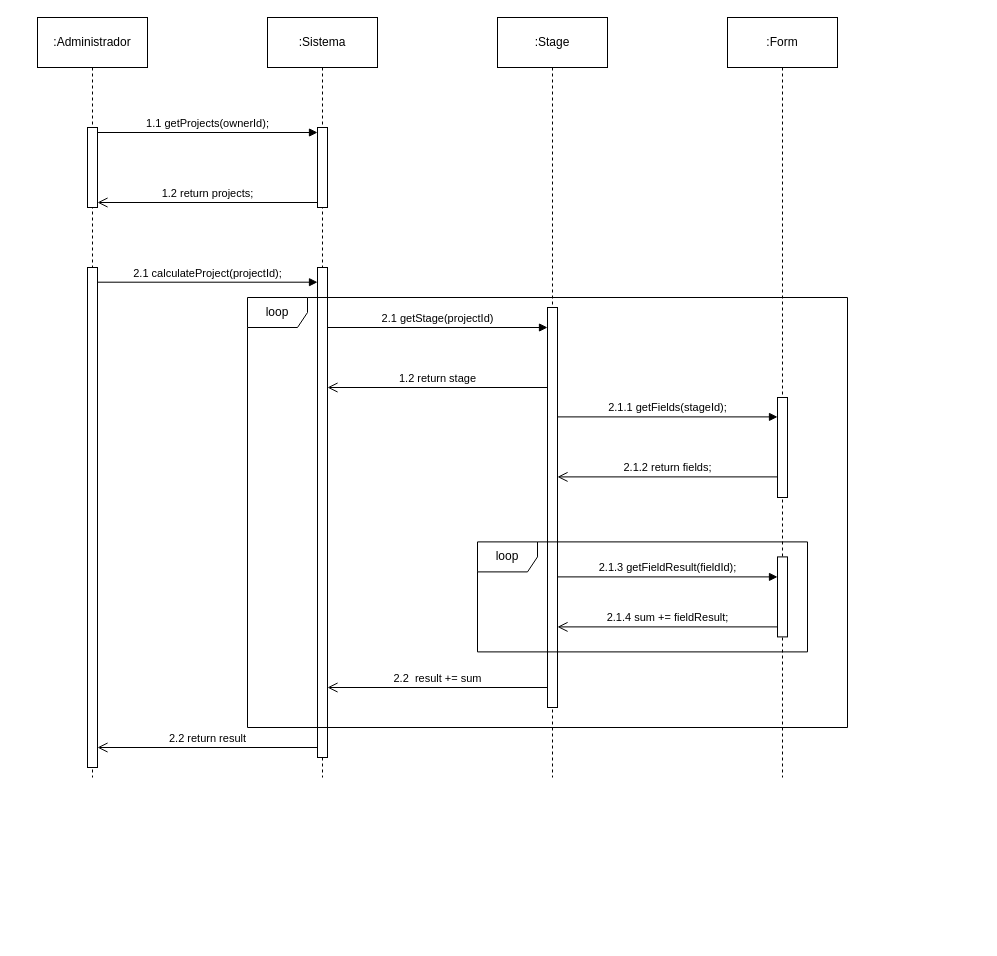
Earlier version of the draw.io diagram Trabalho final/5 - DSS/6 - Calcular resultados.drawio (ViniciusKurek/CalculadoraAPS). Source tidied: cells renumbered, new cells numbered last; positions are measured from the earlier drawing's top-left corner, leaving out a move shared by most shapes. Both pictures are drawn from the tidied source at 100%, with x=0, y=0 at pixel (37, 17).
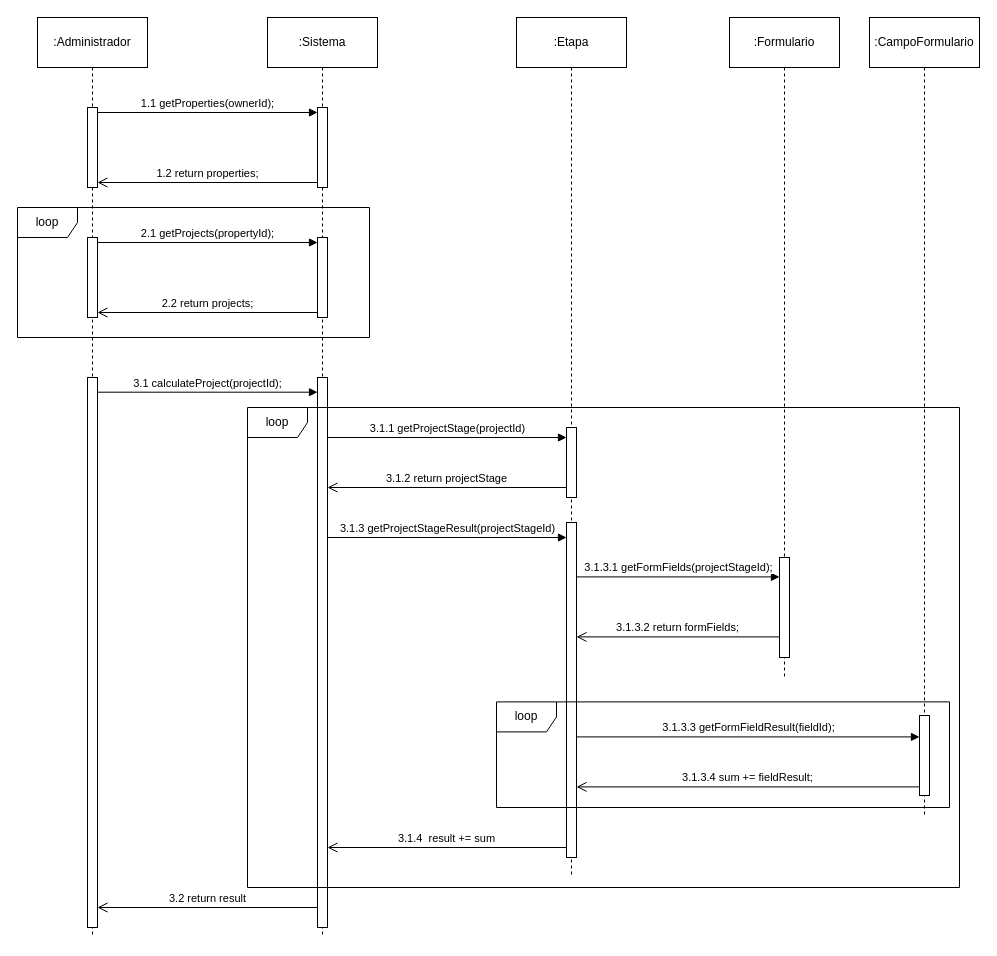
After the change.

Unchanged cells that the change refers to:
```xml
<mxCell id="3" value=":Administrador" style="html=1;whiteSpace=wrap;" parent="1" vertex="1">
  <mxGeometry width="110" height="50" as="geometry" />
</mxCell>
<mxCell id="5" value=":Sistema" style="html=1;whiteSpace=wrap;" parent="1" vertex="1">
  <mxGeometry x="230" width="110" height="50" as="geometry" />
</mxCell>
```

The edit, as a diff of the source:
```diff
@@
     <mxCell id="2" style="edgeStyle=orthogonalEdgeStyle;rounded=0;jettySize=auto;html=1;endArrow=none;endFill=0;dashed=1;exitX=0.5;exitY=1;exitDx=0;exitDy=0;" parent="1" edge="1" source="3">
       <mxGeometry relative="1" as="geometry">
-        <mxPoint x="55" y="760" as="targetPoint" />
+        <mxPoint x="55" y="920" as="targetPoint" />
       </mxGeometry>
     </mxCell>
@@
     <mxCell id="4" style="edgeStyle=orthogonalEdgeStyle;rounded=0;jettySize=auto;html=1;dashed=1;endArrow=none;endFill=0;" parent="1" edge="1" source="5">
       <mxGeometry relative="1" as="geometry">
-        <mxPoint x="285" y="760" as="targetPoint" />
+        <mxPoint x="285" y="920" as="targetPoint" />
       </mxGeometry>
     </mxCell>
@@
     <mxCell id="6" style="html=1;points=[[0,0,0,0,5],[0,1,0,0,-5],[1,0,0,0,5],[1,1,0,0,-5]];perimeter=orthogonalPerimeter;outlineConnect=0;targetShapes=umlLifeline;portConstraint=eastwest;newEdgeStyle={&quot;curved&quot;:0,&quot;rounded&quot;:0};" parent="1" vertex="1">
-      <mxGeometry x="280" y="110" width="10" height="80" as="geometry" />
+      <mxGeometry x="280" y="220" width="10" height="80" as="geometry" />
     </mxCell>
-    <mxCell id="7" value="1.1 getProjects(ownerId);" style="html=1;verticalAlign=bottom;endArrow=block;curved=0;rounded=0;entryX=0;entryY=0;entryDx=0;entryDy=5;exitX=1;exitY=0;exitDx=0;exitDy=5;exitPerimeter=0;" parent="1" edge="1" source="9" target="6">
+    <mxCell id="7" value="2.1 getProjects(propertyId);" style="html=1;verticalAlign=bottom;endArrow=block;curved=0;rounded=0;entryX=0;entryY=0;entryDx=0;entryDy=5;exitX=1;exitY=0;exitDx=0;exitDy=5;exitPerimeter=0;" parent="1" edge="1" source="9" target="6">
       <mxGeometry relative="1" as="geometry" />
     </mxCell>
-    <mxCell id="8" value="1.2 return projects;" style="html=1;verticalAlign=bottom;endArrow=open;endSize=8;curved=0;rounded=0;exitX=0;exitY=1;exitDx=0;exitDy=-5;entryX=1;entryY=1;entryDx=0;entryDy=-5;entryPerimeter=0;" parent="1" edge="1" source="6" target="9">
+    <mxCell id="8" value="2.2 return projects;" style="html=1;verticalAlign=bottom;endArrow=open;endSize=8;curved=0;rounded=0;exitX=0;exitY=1;exitDx=0;exitDy=-5;entryX=1;entryY=1;entryDx=0;entryDy=-5;entryPerimeter=0;" parent="1" edge="1" source="6" target="9">
       <mxGeometry relative="1" as="geometry" />
     </mxCell>
     <mxCell id="9" style="html=1;points=[[0,0,0,0,5],[0,1,0,0,-5],[1,0,0,0,5],[1,1,0,0,-5]];perimeter=orthogonalPerimeter;outlineConnect=0;targetShapes=umlLifeline;portConstraint=eastwest;newEdgeStyle={&quot;curved&quot;:0,&quot;rounded&quot;:0};" parent="1" vertex="1">
-      <mxGeometry x="50" y="110" width="10" height="80" as="geometry" />
+      <mxGeometry x="50" y="220" width="10" height="80" as="geometry" />
     </mxCell>
     <mxCell id="10" style="html=1;perimeter=orthogonalPerimeter;targetShapes=umlLifeline;newEdgeStyle={&quot;curved&quot;:0,&quot;rounded&quot;:0};" parent="1" vertex="1">
-      <mxGeometry x="280" y="250" width="10" height="490" as="geometry" />
+      <mxGeometry x="280" y="360" width="10" height="550" as="geometry" />
     </mxCell>
-    <mxCell id="11" value="2.1 calculateProject(projectId);" style="html=1;verticalAlign=bottom;endArrow=block;curved=0;rounded=0;entryX=0;entryY=0;entryDx=0;entryDy=5;exitX=1;exitY=0;exitDx=0;exitDy=5;exitPerimeter=0;" parent="1" edge="1">
+    <mxCell id="11" value="3.1 calculateProject(projectId);" style="html=1;verticalAlign=bottom;endArrow=block;curved=0;rounded=0;entryX=0;entryY=0;entryDx=0;entryDy=5;exitX=1;exitY=0;exitDx=0;exitDy=5;exitPerimeter=0;" parent="1" edge="1">
       <mxGeometry relative="1" as="geometry">
-        <mxPoint x="60" y="264.7" as="sourcePoint" />
-        <mxPoint x="280" y="264.7" as="targetPoint" />
+        <mxPoint x="60" y="374.7" as="sourcePoint" />
+        <mxPoint x="280" y="374.7" as="targetPoint" />
       </mxGeometry>
     </mxCell>
     <mxCell id="12" style="html=1;perimeter=orthogonalPerimeter;targetShapes=umlLifeline;newEdgeStyle={&quot;curved&quot;:0,&quot;rounded&quot;:0};" parent="1" vertex="1">
-      <mxGeometry x="50" y="250" width="10" height="500" as="geometry" />
+      <mxGeometry x="50" y="360" width="10" height="550" as="geometry" />
     </mxCell>
     <mxCell id="13" style="edgeStyle=orthogonalEdgeStyle;rounded=0;jettySize=auto;html=1;endArrow=none;endFill=0;dashed=1;exitX=0.5;exitY=1;exitDx=0;exitDy=0;" parent="1" edge="1" source="14">
       <mxGeometry relative="1" as="geometry">
-        <mxPoint x="745" y="760" as="targetPoint" />
+        <mxPoint x="747" y="660" as="targetPoint" />
       </mxGeometry>
     </mxCell>
-    <mxCell id="14" value=":Form" style="html=1;whiteSpace=wrap;" parent="1" vertex="1">
-      <mxGeometry x="690" width="110" height="50" as="geometry" />
+    <mxCell id="14" value=":Formulario" style="html=1;whiteSpace=wrap;" parent="1" vertex="1">
+      <mxGeometry x="692" width="110" height="50" as="geometry" />
     </mxCell>
     <mxCell id="15" style="html=1;points=[[0,0,0,0,5],[0,1,0,0,-5],[1,0,0,0,5],[1,1,0,0,-5]];perimeter=orthogonalPerimeter;outlineConnect=0;targetShapes=umlLifeline;portConstraint=eastwest;newEdgeStyle={&quot;curved&quot;:0,&quot;rounded&quot;:0};" parent="1" vertex="1">
-      <mxGeometry x="740" y="380" width="10" height="100" as="geometry" />
+      <mxGeometry x="742" y="540" width="10" height="100" as="geometry" />
     </mxCell>
-    <mxCell id="16" value="2.1.1 getFields(stageId);" style="html=1;verticalAlign=bottom;endArrow=block;curved=0;rounded=0;entryX=0;entryY=0;entryDx=0;entryDy=5;exitX=1;exitY=0;exitDx=0;exitDy=5;exitPerimeter=0;" parent="1" edge="1">
+    <mxCell id="16" value="3.1.3.1 getFormFields(projectStageId);" style="html=1;verticalAlign=bottom;endArrow=block;curved=0;rounded=0;exitX=1;exitY=0;exitDx=0;exitDy=5;exitPerimeter=0;" parent="1" edge="1" target="15">
       <mxGeometry relative="1" as="geometry">
-        <mxPoint x="520" y="399.4" as="sourcePoint" />
-        <mxPoint x="740" y="399.4" as="targetPoint" />
+        <mxPoint x="539" y="559.4" as="sourcePoint" />
       </mxGeometry>
     </mxCell>
-    <mxCell id="17" value="2.1.2 return fields;" style="html=1;verticalAlign=bottom;endArrow=open;endSize=8;curved=0;rounded=0;exitX=0;exitY=1;exitDx=0;exitDy=-5;entryX=1;entryY=1;entryDx=0;entryDy=-5;entryPerimeter=0;" parent="1" edge="1">
+    <mxCell id="17" value="3.1.3.2 return formFields;" style="html=1;verticalAlign=bottom;endArrow=open;endSize=8;curved=0;rounded=0;entryX=1;entryY=1;entryDx=0;entryDy=-5;entryPerimeter=0;" parent="1" edge="1" source="15">
       <mxGeometry relative="1" as="geometry">
-        <mxPoint x="740" y="459.4" as="sourcePoint" />
-        <mxPoint x="520" y="459.4" as="targetPoint" />
+        <mxPoint x="539" y="619.4" as="targetPoint" />
       </mxGeometry>
     </mxCell>
-    <mxCell id="18" style="html=1;perimeter=orthogonalPerimeter;targetShapes=umlLifeline;newEdgeStyle={&quot;curved&quot;:0,&quot;rounded&quot;:0};" parent="1" vertex="1">
-      <mxGeometry x="740" y="539.4" width="10" height="80" as="geometry" />
-    </mxCell>
-    <mxCell id="19" value="2.1.3 getFieldResult(fieldId);" style="html=1;verticalAlign=bottom;endArrow=block;curved=0;rounded=0;entryX=0;entryY=0;entryDx=0;entryDy=5;exitX=1;exitY=0;exitDx=0;exitDy=5;exitPerimeter=0;" parent="1" edge="1">
+    <mxCell id="19" value="3.1.3.3 getFormFieldResult(fieldId);" style="html=1;verticalAlign=bottom;endArrow=block;curved=0;rounded=0;exitX=1;exitY=0;exitDx=0;exitDy=5;exitPerimeter=0;" parent="1" edge="1" target="39">
       <mxGeometry relative="1" as="geometry">
-        <mxPoint x="520" y="559.4" as="sourcePoint" />
-        <mxPoint x="740" y="559.4" as="targetPoint" />
+        <mxPoint x="539" y="719.4" as="sourcePoint" />
       </mxGeometry>
     </mxCell>
-    <mxCell id="20" value="2.1.4 sum += fieldResult;" style="html=1;verticalAlign=bottom;endArrow=open;endSize=8;curved=0;rounded=0;exitX=0;exitY=1;exitDx=0;exitDy=-5;entryX=1;entryY=1;entryDx=0;entryDy=-5;entryPerimeter=0;" parent="1" edge="1">
+    <mxCell id="20" value="3.1.3.4 sum += fieldResult;" style="html=1;verticalAlign=bottom;endArrow=open;endSize=8;curved=0;rounded=0;entryX=1;entryY=1;entryDx=0;entryDy=-5;entryPerimeter=0;" parent="1" edge="1" source="39">
       <mxGeometry relative="1" as="geometry">
-        <mxPoint x="740" y="609.4" as="sourcePoint" />
-        <mxPoint x="520" y="609.4" as="targetPoint" />
+        <mxPoint x="539" y="769.4" as="targetPoint" />
       </mxGeometry>
     </mxCell>
-    <mxCell id="21" value="2.2&amp;nbsp; result += sum" style="html=1;verticalAlign=bottom;endArrow=open;endSize=8;curved=0;rounded=0;exitX=0;exitY=1;exitDx=0;exitDy=-5;entryX=1;entryY=1;entryDx=0;entryDy=-5;entryPerimeter=0;" parent="1" edge="1">
+    <mxCell id="21" value="3.1.4&amp;nbsp; result += sum" style="html=1;verticalAlign=bottom;endArrow=open;endSize=8;curved=0;rounded=0;entryX=1;entryY=1;entryDx=0;entryDy=-5;entryPerimeter=0;" parent="1" edge="1" source="36">
       <mxGeometry relative="1" as="geometry">
-        <mxPoint x="510" y="670" as="sourcePoint" />
-        <mxPoint x="290" y="670" as="targetPoint" />
+        <mxPoint x="290" y="830" as="targetPoint" />
       </mxGeometry>
     </mxCell>
     <mxCell id="22" style="edgeStyle=orthogonalEdgeStyle;rounded=0;jettySize=auto;html=1;dashed=1;endArrow=none;endFill=0;" parent="1" edge="1" source="23">
       <mxGeometry relative="1" as="geometry">
-        <mxPoint x="515" y="760" as="targetPoint" />
+        <mxPoint x="534" y="860" as="targetPoint" />
       </mxGeometry>
     </mxCell>
-    <mxCell id="23" value=":Stage" style="html=1;whiteSpace=wrap;" parent="1" vertex="1">
-      <mxGeometry x="460" width="110" height="50" as="geometry" />
+    <mxCell id="23" value=":Etapa" style="html=1;whiteSpace=wrap;" parent="1" vertex="1">
+      <mxGeometry x="479" width="110" height="50" as="geometry" />
     </mxCell>
     <mxCell id="24" style="html=1;points=[[0,0,0,0,5],[0,1,0,0,-5],[1,0,0,0,5],[1,1,0,0,-5]];perimeter=orthogonalPerimeter;outlineConnect=0;targetShapes=umlLifeline;portConstraint=eastwest;newEdgeStyle={&quot;curved&quot;:0,&quot;rounded&quot;:0};" parent="1" vertex="1">
-      <mxGeometry x="510" y="290" width="10" height="400" as="geometry" />
+      <mxGeometry x="529" y="410" width="10" height="70" as="geometry" />
     </mxCell>
-    <mxCell id="25" value="2.1 getStage(projectId)" style="html=1;verticalAlign=bottom;endArrow=block;curved=0;rounded=0;entryX=0;entryY=0;entryDx=0;entryDy=5;exitX=1;exitY=0;exitDx=0;exitDy=5;exitPerimeter=0;" parent="1" edge="1">
+    <mxCell id="25" value="3.1.1 getProjectStage(projectId)" style="html=1;verticalAlign=bottom;endArrow=block;curved=0;rounded=0;exitX=1;exitY=0;exitDx=0;exitDy=5;exitPerimeter=0;" parent="1" edge="1" target="24">
       <mxGeometry relative="1" as="geometry">
-        <mxPoint x="290" y="310" as="sourcePoint" />
-        <mxPoint x="510" y="310" as="targetPoint" />
+        <mxPoint x="290" y="420" as="sourcePoint" />
       </mxGeometry>
     </mxCell>
     <mxCell id="26" value="loop" style="shape=umlFrame;whiteSpace=wrap;html=1;" parent="1" vertex="1">
-      <mxGeometry x="210" y="280" width="600" height="430" as="geometry" />
+      <mxGeometry x="210" y="390" width="712" height="480" as="geometry" />
     </mxCell>
-    <mxCell id="27" value="1.2 return stage" style="html=1;verticalAlign=bottom;endArrow=open;endSize=8;curved=0;rounded=0;exitX=0;exitY=1;exitDx=0;exitDy=-5;entryX=1;entryY=1;entryDx=0;entryDy=-5;entryPerimeter=0;" parent="1" edge="1">
+    <mxCell id="27" value="3.1.2 return projectStage" style="html=1;verticalAlign=bottom;endArrow=open;endSize=8;curved=0;rounded=0;entryX=1;entryY=1;entryDx=0;entryDy=-5;entryPerimeter=0;" parent="1" edge="1">
       <mxGeometry relative="1" as="geometry">
-        <mxPoint x="510" y="370" as="sourcePoint" />
-        <mxPoint x="290" y="370" as="targetPoint" />
+        <mxPoint x="529" y="470" as="sourcePoint" />
+        <mxPoint x="290" y="470" as="targetPoint" />
       </mxGeometry>
     </mxCell>
-    <mxCell id="28" value="2.2 return result" style="html=1;verticalAlign=bottom;endArrow=open;endSize=8;curved=0;rounded=0;exitX=0;exitY=1;exitDx=0;exitDy=-5;entryX=1;entryY=1;entryDx=0;entryDy=-5;entryPerimeter=0;" parent="1" edge="1">
+    <mxCell id="28" value="3.2 return result" style="html=1;verticalAlign=bottom;endArrow=open;endSize=8;curved=0;rounded=0;exitX=0;exitY=1;exitDx=0;exitDy=-5;entryX=1;entryY=1;entryDx=0;entryDy=-5;entryPerimeter=0;" parent="1" edge="1">
       <mxGeometry relative="1" as="geometry">
-        <mxPoint x="280" y="730" as="sourcePoint" />
-        <mxPoint x="60" y="730" as="targetPoint" />
+        <mxPoint x="280" y="890" as="sourcePoint" />
+        <mxPoint x="60" y="890" as="targetPoint" />
       </mxGeometry>
     </mxCell>
+    <mxCell id="30" style="html=1;points=[[0,0,0,0,5],[0,1,0,0,-5],[1,0,0,0,5],[1,1,0,0,-5]];perimeter=orthogonalPerimeter;outlineConnect=0;targetShapes=umlLifeline;portConstraint=eastwest;newEdgeStyle={&quot;curved&quot;:0,&quot;rounded&quot;:0};" parent="1" vertex="1">
+      <mxGeometry x="280" y="90" width="10" height="80" as="geometry" />
+    </mxCell>
+    <mxCell id="31" value="1.1 getProperties(ownerId);" style="html=1;verticalAlign=bottom;endArrow=block;curved=0;rounded=0;entryX=0;entryY=0;entryDx=0;entryDy=5;exitX=1;exitY=0;exitDx=0;exitDy=5;exitPerimeter=0;" parent="1" edge="1" source="33" target="30">
+      <mxGeometry relative="1" as="geometry" />
+    </mxCell>
+    <mxCell id="32" value="1.2 return properties;" style="html=1;verticalAlign=bottom;endArrow=open;endSize=8;curved=0;rounded=0;exitX=0;exitY=1;exitDx=0;exitDy=-5;entryX=1;entryY=1;entryDx=0;entryDy=-5;entryPerimeter=0;" parent="1" edge="1" source="30" target="33">
+      <mxGeometry relative="1" as="geometry" />
+    </mxCell>
+    <mxCell id="33" style="html=1;points=[[0,0,0,0,5],[0,1,0,0,-5],[1,0,0,0,5],[1,1,0,0,-5]];perimeter=orthogonalPerimeter;outlineConnect=0;targetShapes=umlLifeline;portConstraint=eastwest;newEdgeStyle={&quot;curved&quot;:0,&quot;rounded&quot;:0};" parent="1" vertex="1">
+      <mxGeometry x="50" y="90" width="10" height="80" as="geometry" />
+    </mxCell>
+    <mxCell id="34" value="loop" style="shape=umlFrame;whiteSpace=wrap;html=1;" parent="1" vertex="1">
+      <mxGeometry x="-20" y="190" width="352" height="130" as="geometry" />
+    </mxCell>
+    <mxCell id="35" value="3.1.3 getProjectStageResult(projectStageId)" style="html=1;verticalAlign=bottom;endArrow=block;curved=0;rounded=0;exitX=1;exitY=0;exitDx=0;exitDy=5;exitPerimeter=0;" parent="1" edge="1">
+      <mxGeometry relative="1" as="geometry">
+        <mxPoint x="290" y="520" as="sourcePoint" />
+        <mxPoint x="529" y="520" as="targetPoint" />
+      </mxGeometry>
+    </mxCell>
+    <mxCell id="36" style="html=1;points=[[0,0,0,0,5],[0,1,0,0,-5],[1,0,0,0,5],[1,1,0,0,-5]];perimeter=orthogonalPerimeter;outlineConnect=0;targetShapes=umlLifeline;portConstraint=eastwest;newEdgeStyle={&quot;curved&quot;:0,&quot;rounded&quot;:0};" parent="1" vertex="1">
+      <mxGeometry x="529" y="505" width="10" height="335" as="geometry" />
+    </mxCell>
+    <mxCell id="37" style="edgeStyle=orthogonalEdgeStyle;rounded=0;jettySize=auto;html=1;endArrow=none;endFill=0;dashed=1;" parent="1" edge="1" source="38">
+      <mxGeometry relative="1" as="geometry">
+        <mxPoint x="887" y="800" as="targetPoint" />
+      </mxGeometry>
+    </mxCell>
+    <mxCell id="38" value=":CampoFormulario" style="html=1;whiteSpace=wrap;" parent="1" vertex="1">
+      <mxGeometry x="832" width="110" height="50" as="geometry" />
+    </mxCell>
+    <mxCell id="39" style="html=1;points=[[0,0,0,0,5],[0,1,0,0,-5],[1,0,0,0,5],[1,1,0,0,-5]];perimeter=orthogonalPerimeter;outlineConnect=0;targetShapes=umlLifeline;portConstraint=eastwest;newEdgeStyle={&quot;curved&quot;:0,&quot;rounded&quot;:0};" parent="1" vertex="1">
+      <mxGeometry x="882" y="698" width="10" height="80" as="geometry" />
+    </mxCell>
     <mxCell id="29" value="loop" style="shape=umlFrame;whiteSpace=wrap;html=1;" parent="1" vertex="1">
-      <mxGeometry x="440" y="524.4" width="330" height="110" as="geometry" />
+      <mxGeometry x="459" y="684.4" width="453" height="105.6" as="geometry" />
     </mxCell>
```
